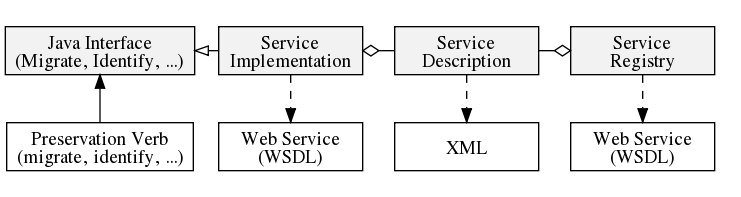
Above: IF/common/doc/api-overview/figures/IfApiServices.png in opf-labs/planets-suite (Graphviz), before the change. Its source is kept beside it as IF/common/doc/api-overview/figures/IfApiServices.dot.
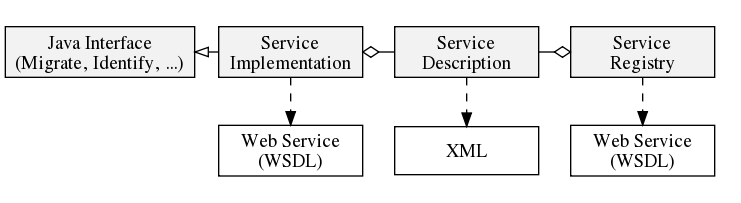
After the commit.

The edit, as a diff of the source:
```diff
@@ -1,7 +1,6 @@
 /* Planets Services Java (top) and Interoperability (bottom) API */
 digraph if_services {
     node[shape=box width=1.5 style=filled fillcolor="gray95"]
-    verbs[label="Preservation Verb\n(migrate, identify, ...)" fillcolor=white]
     interfaces[label="Java Interface\n(Migrate, Identify, ...)"]
     services[label="Service\nImplementation"]
     sd[label="Service\nDescription"]
@@ -10,9 +9,8 @@
     swsdl[label="Web Service\n(WSDL)" fillcolor=white]
     rwsdl[label="Web Service\n(WSDL)" fillcolor=white]
 
-    interfaces -> verbs[dir=back]
     interfaces -> services [dir=back arrowhead=none arrowtail=empty constraint=false]
-    services -> sd [arrowhead=none arrowtail=odiamond constraint=false]
+    sd -> services [arrowhead=odiamond constraint=false]
     sd -> sreg [arrowhead=odiamond constraint=false]
 
     subgraph cluster_1{
```
